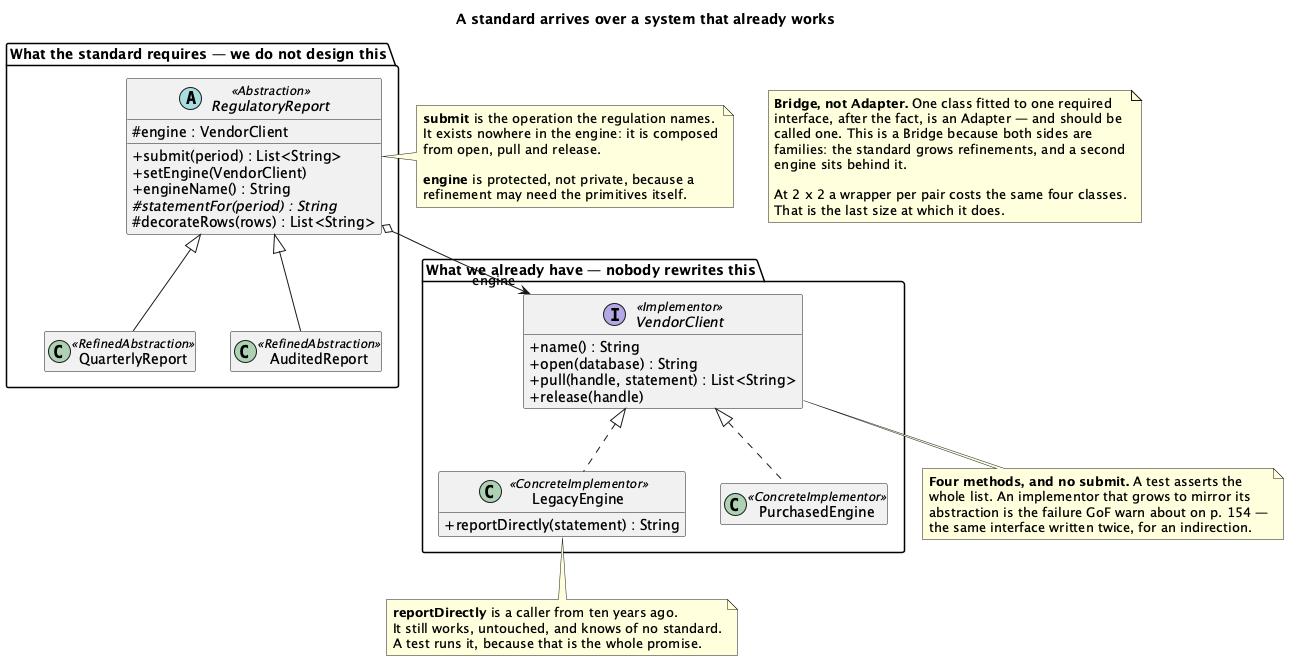
Earlier version of the PlantUML export src/main/java/dev/kaldiroglu/dp/structural/bridge/retrofit/uml/Bridge - Retrofit - Class Diagram.png (kaldiroglu/DesignPatternsWithJava).
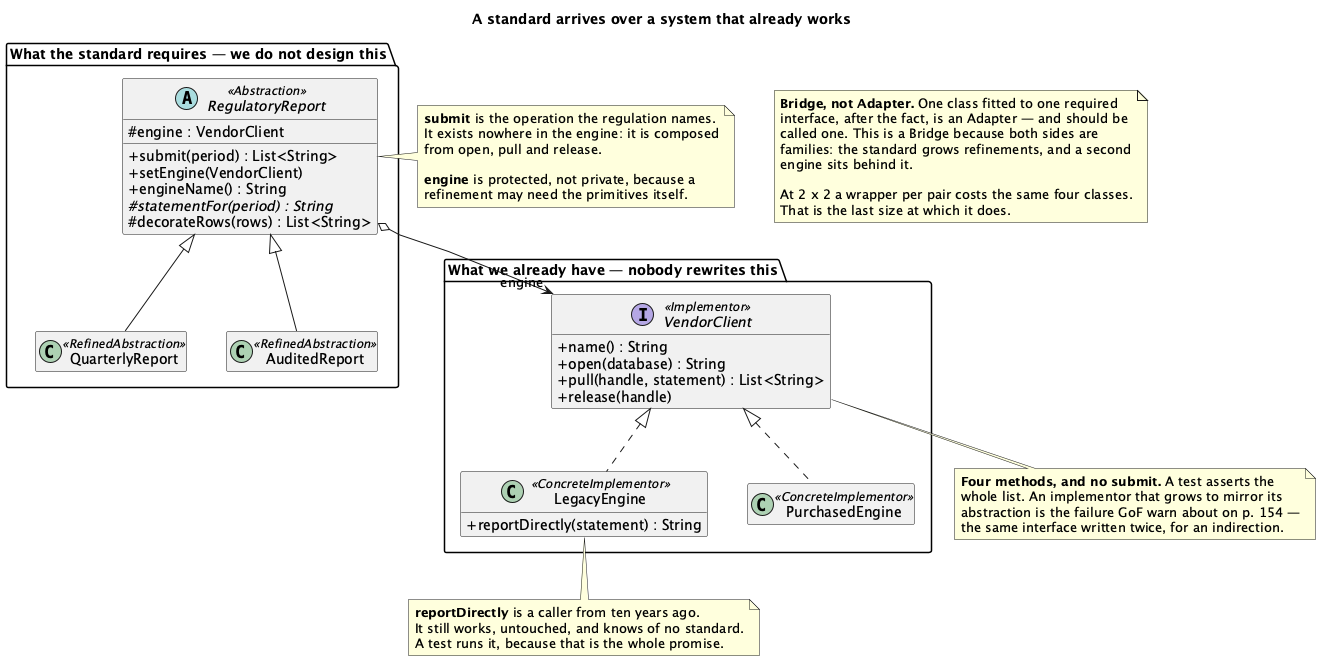
Later version of the same file.

What changed in the source:
```diff
@@ -1,4 +1,13 @@
-@startuml "Bridge - Retrofit - Class Diagram"
+@startuml
+skinparam nodesep 40
+skinparam class {
+  BackgroundColor<<spacer>> transparent
+  BorderColor<<spacer>> transparent
+  FontColor<<spacer>> transparent
+}
+hide <<spacer>> stereotype
+hide <<spacer>> circle
+skinparam linetype polyline
 skinparam classAttributeIconSize 0
 hide empty members
 title A standard arrives over a system that already works
@@ -33,7 +42,6 @@
   VendorClient <|.. PurchasedEngine
 }
 
-RegulatoryReport o--> "engine" VendorClient
 
 note right of RegulatoryReport
   <b>submit</b> is the operation the regulation names.
@@ -67,4 +75,9 @@
   At 2 x 2 a wrapper per pair costs the same four classes.
   That is the last size at which it does.
 end note
+RegulatoryReport o--> "engine" VendorClient
+class " " as Spacer51 <<spacer>>
+RegulatoryReport -[hidden]- Spacer51
+QuarterlyReport -[hidden]right- Spacer51
+Spacer51 -[hidden]right- AuditedReport
 @enduml
```
